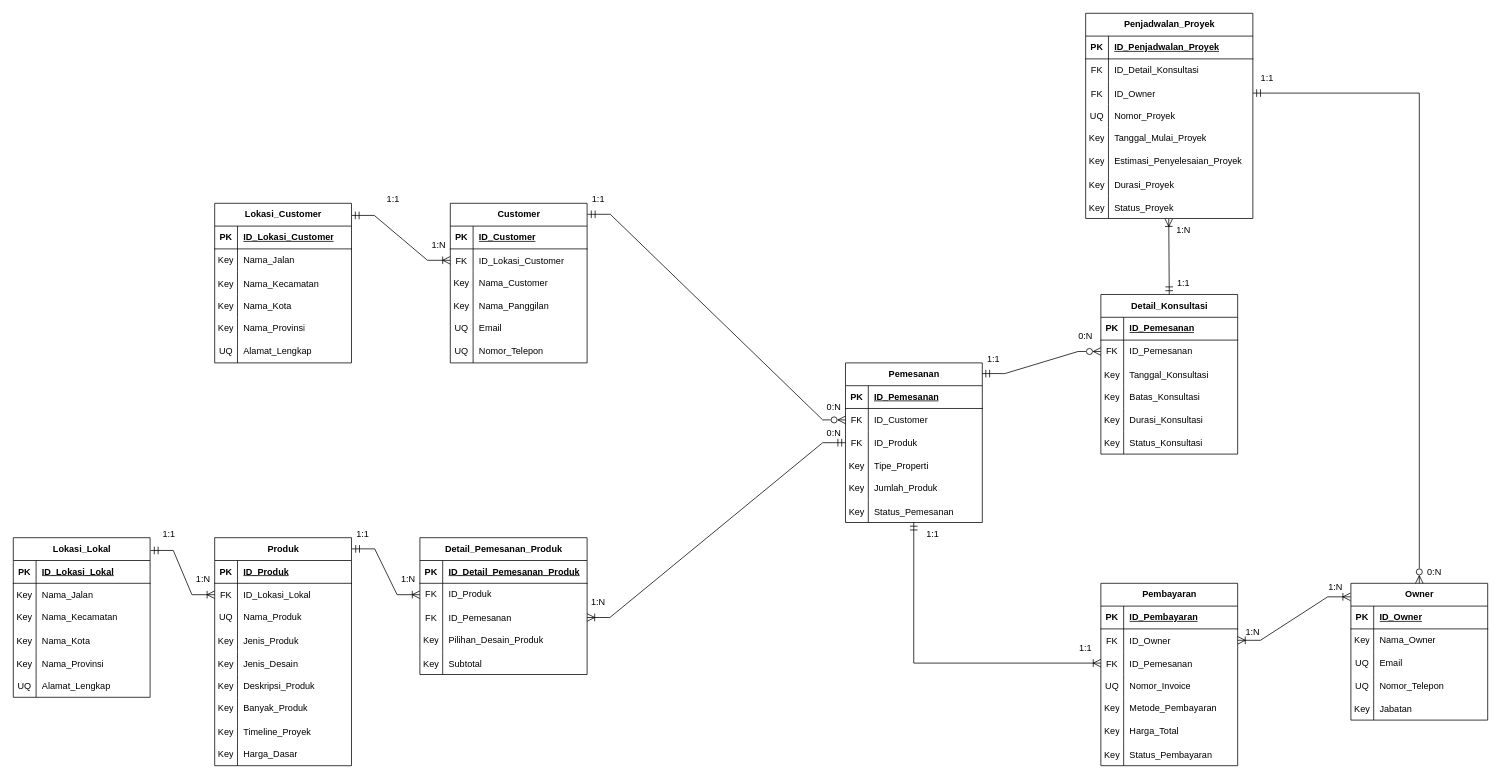
King-Ag-Jv/Project-Atrem keeps this draw.io diagram as page "Revisi-2" (2 of 2) of sistem-kitchen-set-interior.drawio. Above is the earlier version. Source tidied: cells renumbered, new cells numbered last; positions are measured from the earlier drawing's top-left corner, leaving out a move shared by most shapes. Both pictures are drawn from the tidied source at 76%, with x=0, y=0 at pixel (13, 13).
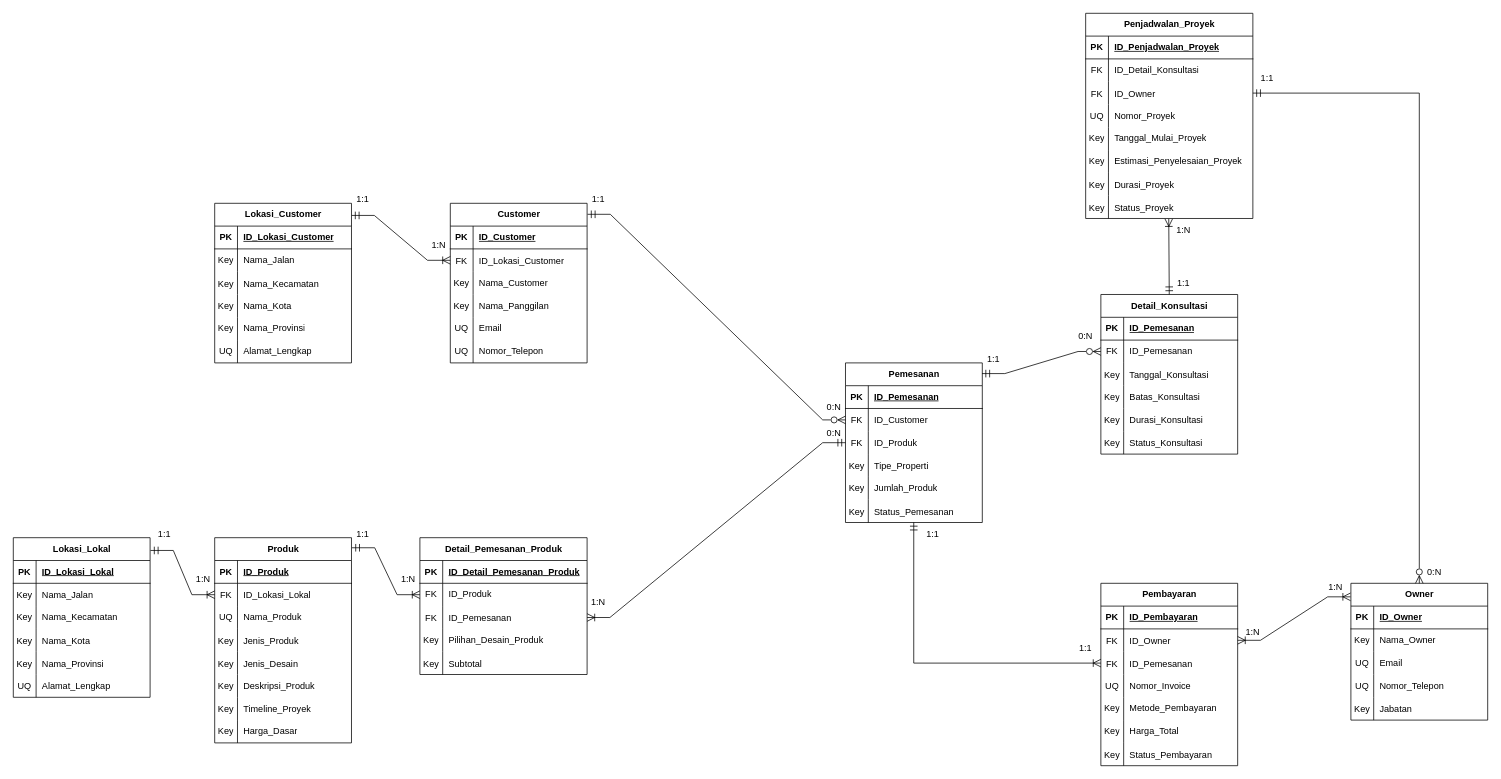
The same page after the edit.

Diff of the diagram source:
```diff
@@
     <mxCell id="2" value="Produk" style="shape=table;startSize=30;childLayout=tableLayout;rowLines=0;fontStyle=1;align=center;html=1;" parent="1" vertex="1">
-      <mxGeometry x="265" y="690" width="180" height="300" as="geometry" />
+      <mxGeometry x="265" y="690" width="180" height="270" as="geometry" />
     </mxCell>
@@
-    <mxCell id="21" style="shape=tableRow;horizontal=0;startSize=0;swimlaneHead=0;swimlaneBody=0;fillColor=none;top=0;left=0;right=0;bottom=0;" parent="2" vertex="1">
-      <mxGeometry y="210" width="180" height="30" as="geometry" />
-    </mxCell>
-    <mxCell id="22" value="Key" style="shape=partialRectangle;fillColor=none;top=0;left=0;bottom=0;right=0;overflow=hidden;whiteSpace=wrap;html=1;" parent="21" vertex="1">
-      <mxGeometry width="30" height="30" as="geometry" />
-    </mxCell>
-    <mxCell id="23" value="Banyak_Produk" style="shape=partialRectangle;fillColor=none;top=0;left=0;bottom=0;right=0;align=left;spacingLeft=6;overflow=hidden;whiteSpace=wrap;html=1;" parent="21" vertex="1">
-      <mxGeometry x="30" width="150" height="30" as="geometry" />
-    </mxCell>
     <mxCell id="24" style="shape=tableRow;horizontal=0;startSize=0;swimlaneHead=0;swimlaneBody=0;fillColor=none;top=0;left=0;right=0;bottom=0;" parent="2" vertex="1">
-      <mxGeometry y="240" width="180" height="30" as="geometry" />
+      <mxGeometry y="210" width="180" height="30" as="geometry" />
     </mxCell>
@@
     <mxCell id="27" style="shape=tableRow;horizontal=0;startSize=0;swimlaneHead=0;swimlaneBody=0;fillColor=none;top=0;left=0;right=0;bottom=0;" parent="2" vertex="1">
-      <mxGeometry y="270" width="180" height="30" as="geometry" />
+      <mxGeometry y="240" width="180" height="30" as="geometry" />
     </mxCell>
@@
     <mxCell id="187" value="1:1" style="text;html=1;whiteSpace=wrap;strokeColor=none;fillColor=none;align=center;verticalAlign=middle;rounded=0;" parent="1" vertex="1">
-      <mxGeometry x="470" y="230" width="60" height="30" as="geometry" />
+      <mxGeometry x="430" y="230" width="60" height="30" as="geometry" />
     </mxCell>
@@
     <mxCell id="189" value="1:1" style="text;html=1;whiteSpace=wrap;strokeColor=none;fillColor=none;align=center;verticalAlign=middle;rounded=0;" parent="1" vertex="1">
-      <mxGeometry x="175" y="670" width="60" height="30" as="geometry" />
+      <mxGeometry x="169" y="670" width="60" height="30" as="geometry" />
     </mxCell>
```
